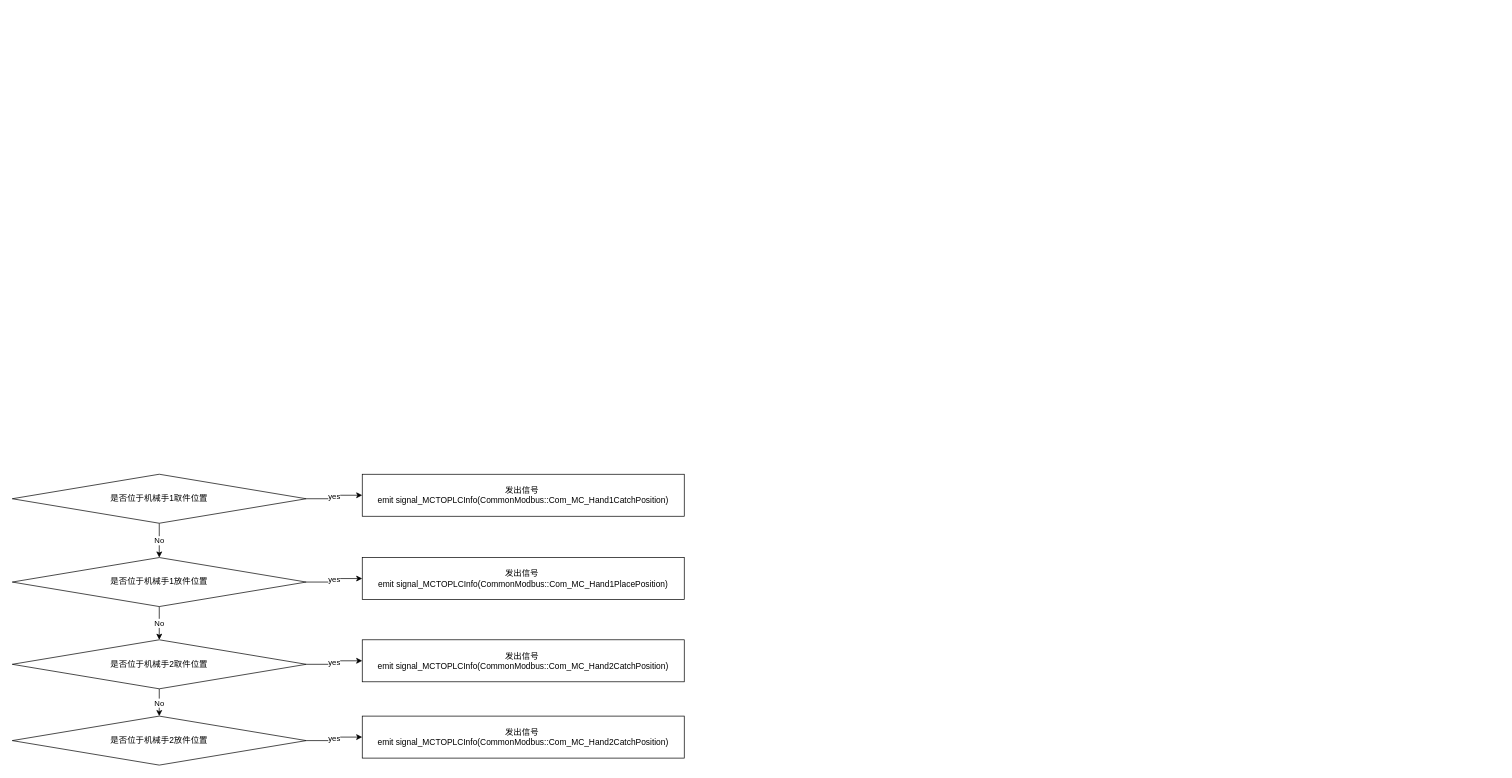
The draw.io diagram page "小流程信息模板运动" (4 of 4) of 未命名绘图.drawio in wjaswdd/draw.io, before the edit. Source tidied: cells renumbered, new cells numbered last; positions are measured from the earlier drawing's top-left corner, leaving out a move shared by most shapes. Both pictures are drawn from the tidied source at 70%, with x=0, y=0 at pixel (12, 474).
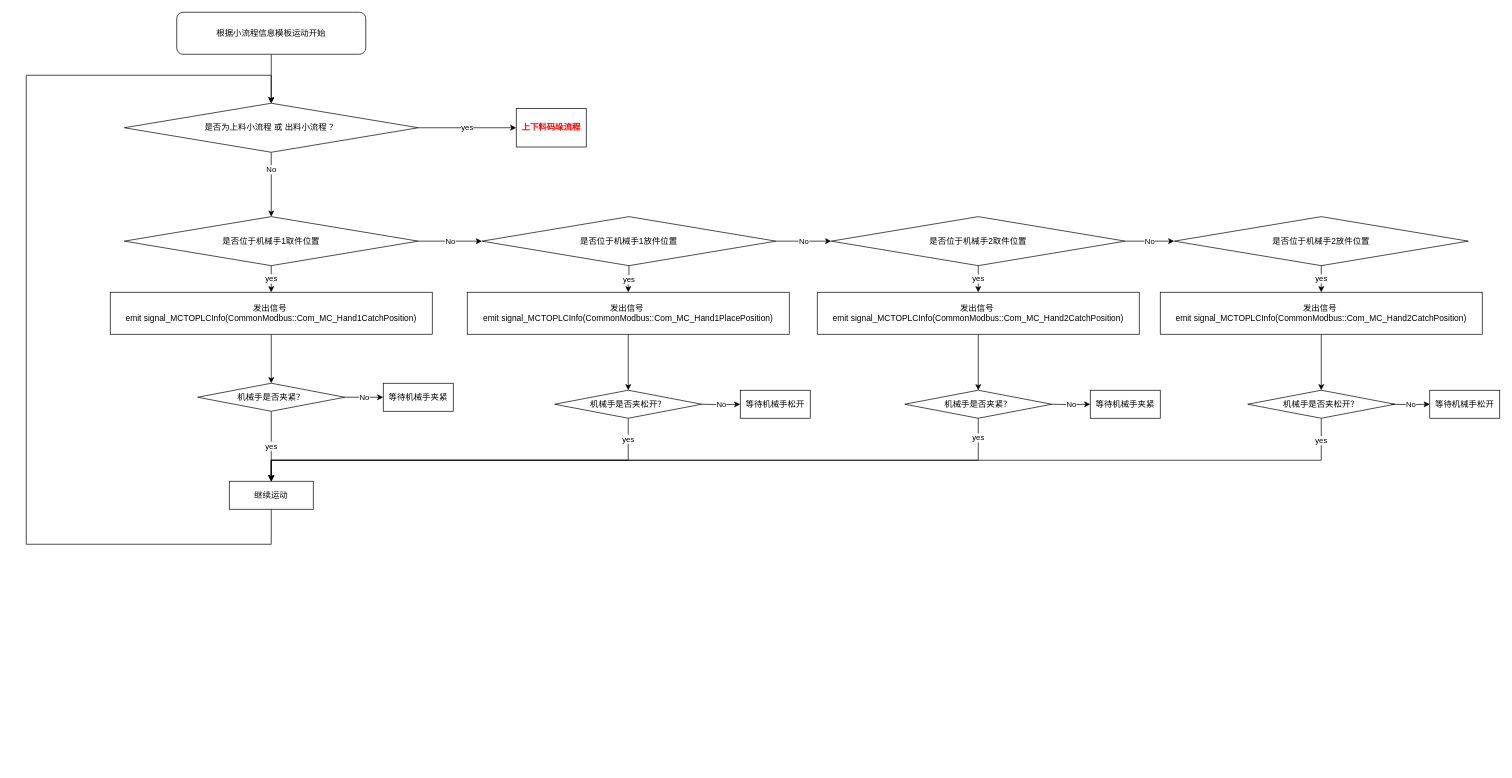
The same diagram, later.

The edit, as a diff of the source:
```diff
@@
-    <mxCell id="2" value="No" style="edgeStyle=none;rounded=0;jettySize=auto;html=1;entryX=0.5;entryY=0;entryDx=0;entryDy=0;" parent="1" edge="1" source="3" target="6">
+    <mxCell id="2" value="No" style="edgeStyle=orthogonalEdgeStyle;rounded=0;jettySize=auto;html=1;" parent="1" edge="1" source="3" target="6">
       <mxGeometry relative="1" as="geometry" />
     </mxCell>
     <mxCell id="3" value="是否位于机械手2取件位置" style="rhombus;whiteSpace=wrap;html=1;" parent="1" vertex="1">
-      <mxGeometry y="236.5" width="420" height="70" as="geometry" />
+      <mxGeometry x="1170" y="-368" width="420" height="70" as="geometry" />
     </mxCell>
-    <mxCell id="4" value="yes" style="edgeStyle=orthogonalEdgeStyle;rounded=0;jettySize=auto;html=1;exitX=1;exitY=0.5;exitDx=0;exitDy=0;" parent="1" edge="1" source="3" target="5">
+    <mxCell id="4" value="yes" style="edgeStyle=orthogonalEdgeStyle;rounded=0;jettySize=auto;html=1;exitX=0.5;exitY=1;exitDx=0;exitDy=0;" parent="1" edge="1" source="3" target="5">
       <mxGeometry relative="1" as="geometry" />
     </mxCell>
+    <mxCell id="17" style="edgeStyle=orthogonalEdgeStyle;rounded=0;jettySize=auto;html=1;" parent="1" edge="1" source="5" target="29">
+      <mxGeometry relative="1" as="geometry" />
+    </mxCell>
     <mxCell id="5" value="发出信号&amp;nbsp;&lt;br&gt;emit signal_MCTOPLCInfo(CommonModbus::Com_MC_Hand2CatchPosition)" style="whiteSpace=wrap;html=1;" parent="1" vertex="1">
-      <mxGeometry x="500" y="236.5" width="460" height="60" as="geometry" />
+      <mxGeometry x="1150" y="-260" width="460" height="60" as="geometry" />
     </mxCell>
     <mxCell id="6" value="是否位于机械手2放件位置" style="rhombus;whiteSpace=wrap;html=1;" parent="1" vertex="1">
-      <mxGeometry y="345.5" width="420" height="70" as="geometry" />
+      <mxGeometry x="1660" y="-368" width="420" height="70" as="geometry" />
     </mxCell>
-    <mxCell id="7" value="yes" style="edgeStyle=orthogonalEdgeStyle;rounded=0;jettySize=auto;html=1;exitX=1;exitY=0.5;exitDx=0;exitDy=0;" parent="1" edge="1" source="6" target="8">
+    <mxCell id="7" value="yes" style="edgeStyle=orthogonalEdgeStyle;rounded=0;jettySize=auto;html=1;exitX=0.5;exitY=1;exitDx=0;exitDy=0;" parent="1" edge="1" source="6" target="8">
       <mxGeometry relative="1" as="geometry" />
     </mxCell>
+    <mxCell id="18" style="edgeStyle=orthogonalEdgeStyle;rounded=0;jettySize=auto;html=1;" parent="1" edge="1" source="8" target="31">
+      <mxGeometry relative="1" as="geometry" />
+    </mxCell>
     <mxCell id="8" value="发出信号&amp;nbsp;&lt;br&gt;emit signal_MCTOPLCInfo(CommonModbus::Com_MC_Hand2CatchPosition)" style="whiteSpace=wrap;html=1;" parent="1" vertex="1">
-      <mxGeometry x="500" y="345.5" width="460" height="60" as="geometry" />
+      <mxGeometry x="1640" y="-260" width="460" height="60" as="geometry" />
     </mxCell>
-    <mxCell id="9" value="No" style="edgeStyle=none;rounded=0;jettySize=auto;html=1;" parent="1" edge="1" source="10" target="14">
+    <mxCell id="9" value="No" style="edgeStyle=orthogonalEdgeStyle;rounded=0;jettySize=auto;html=1;" parent="1" edge="1" source="10" target="14">
       <mxGeometry relative="1" as="geometry" />
     </mxCell>
     <mxCell id="10" value="是否位于机械手1取件位置" style="rhombus;whiteSpace=wrap;html=1;" parent="1" vertex="1">
-      <mxGeometry width="420" height="70" as="geometry" />
+      <mxGeometry x="160" y="-368" width="420" height="70" as="geometry" />
     </mxCell>
-    <mxCell id="11" value="yes" style="edgeStyle=orthogonalEdgeStyle;rounded=0;jettySize=auto;html=1;exitX=1;exitY=0.5;exitDx=0;exitDy=0;" parent="1" edge="1" source="10" target="12">
+    <mxCell id="11" value="yes" style="edgeStyle=orthogonalEdgeStyle;rounded=0;jettySize=auto;html=1;exitX=0.5;exitY=1;exitDx=0;exitDy=0;" parent="1" edge="1" source="10" target="12">
       <mxGeometry relative="1" as="geometry" />
     </mxCell>
+    <mxCell id="19" style="edgeStyle=orthogonalEdgeStyle;rounded=0;jettySize=auto;html=1;" parent="1" edge="1" source="12" target="25">
+      <mxGeometry relative="1" as="geometry" />
+    </mxCell>
     <mxCell id="12" value="发出信号&amp;nbsp;&lt;br&gt;emit signal_MCTOPLCInfo(CommonModbus::Com_MC_Hand1CatchPosition)" style="whiteSpace=wrap;html=1;" parent="1" vertex="1">
-      <mxGeometry x="500" width="460" height="60" as="geometry" />
+      <mxGeometry x="140" y="-260" width="460" height="60" as="geometry" />
     </mxCell>
-    <mxCell id="13" value="No" style="edgeStyle=none;rounded=0;jettySize=auto;html=1;" parent="1" edge="1" source="14" target="3">
+    <mxCell id="13" value="No" style="edgeStyle=orthogonalEdgeStyle;rounded=0;jettySize=auto;html=1;" parent="1" edge="1" source="14" target="3">
       <mxGeometry relative="1" as="geometry" />
     </mxCell>
     <mxCell id="14" value="是否位于机械手1放件位置" style="rhombus;whiteSpace=wrap;html=1;" parent="1" vertex="1">
-      <mxGeometry y="119" width="420" height="70" as="geometry" />
+      <mxGeometry x="671" y="-368" width="420" height="70" as="geometry" />
     </mxCell>
-    <mxCell id="15" value="yes" style="edgeStyle=orthogonalEdgeStyle;rounded=0;jettySize=auto;html=1;exitX=1;exitY=0.5;exitDx=0;exitDy=0;" parent="1" edge="1" source="14" target="16">
+    <mxCell id="15" value="yes" style="edgeStyle=orthogonalEdgeStyle;rounded=0;jettySize=auto;html=1;exitX=0.5;exitY=1;exitDx=0;exitDy=0;" parent="1" edge="1" source="14" target="16">
       <mxGeometry relative="1" as="geometry" />
     </mxCell>
+    <mxCell id="20" style="edgeStyle=orthogonalEdgeStyle;rounded=0;jettySize=auto;html=1;" parent="1" edge="1" source="16" target="27">
+      <mxGeometry relative="1" as="geometry" />
+    </mxCell>
     <mxCell id="16" value="发出信号&amp;nbsp;&lt;br&gt;emit signal_MCTOPLCInfo(CommonModbus::Com_MC_Hand1PlacePosition)" style="whiteSpace=wrap;html=1;" parent="1" vertex="1">
-      <mxGeometry x="500" y="119" width="460" height="60" as="geometry" />
+      <mxGeometry x="650" y="-260" width="460" height="60" as="geometry" />
     </mxCell>
+    <mxCell id="21" style="edgeStyle=orthogonalEdgeStyle;rounded=0;jettySize=auto;html=1;" parent="1" edge="1" source="22" target="43">
+      <mxGeometry relative="1" as="geometry" />
+    </mxCell>
+    <mxCell id="22" value="根据小流程信息模板运动开始" style="rounded=1;whiteSpace=wrap;html=1;" parent="1" vertex="1">
+      <mxGeometry x="235" y="-660" width="270" height="60" as="geometry" />
+    </mxCell>
+    <mxCell id="23" value="No" style="edgeStyle=orthogonalEdgeStyle;rounded=0;jettySize=auto;html=1;" parent="1" edge="1" source="25" target="32">
+      <mxGeometry relative="1" as="geometry" />
+    </mxCell>
+    <mxCell id="24" value="yes" style="edgeStyle=orthogonalEdgeStyle;rounded=0;jettySize=auto;html=1;" parent="1" edge="1" source="25" target="34">
+      <mxGeometry relative="1" as="geometry" />
+    </mxCell>
+    <mxCell id="25" value="机械手是否夹紧？" style="rhombus;whiteSpace=wrap;html=1;" parent="1" vertex="1">
+      <mxGeometry x="265" y="-130" width="210" height="40" as="geometry" />
+    </mxCell>
+    <mxCell id="26" value="yes" style="edgeStyle=orthogonalEdgeStyle;rounded=0;jettySize=auto;html=1;exitX=0.5;exitY=1;exitDx=0;exitDy=0;entryX=0.5;entryY=0;entryDx=0;entryDy=0;" parent="1" edge="1" source="27" target="34">
+      <mxGeometry x="-0.9" relative="1" as="geometry">
+        <Array as="points">
+          <mxPoint x="880" y="-20" />
+          <mxPoint x="370" y="-20" />
+        </Array>
+      </mxGeometry>
+    </mxCell>
+    <mxCell id="27" value="机械手是否夹松开？" style="rhombus;whiteSpace=wrap;html=1;" parent="1" vertex="1">
+      <mxGeometry x="775" y="-120" width="210" height="40" as="geometry" />
+    </mxCell>
+    <mxCell id="28" value="yes" style="edgeStyle=orthogonalEdgeStyle;rounded=0;jettySize=auto;html=1;exitX=0.5;exitY=1;exitDx=0;exitDy=0;entryX=0.5;entryY=0;entryDx=0;entryDy=0;" parent="1" edge="1" source="29" target="34">
+      <mxGeometry x="-0.95" relative="1" as="geometry">
+        <Array as="points">
+          <mxPoint x="1380" y="-20" />
+          <mxPoint x="370" y="-20" />
+        </Array>
+      </mxGeometry>
+    </mxCell>
+    <mxCell id="29" value="机械手是否夹紧？" style="rhombus;whiteSpace=wrap;html=1;" parent="1" vertex="1">
+      <mxGeometry x="1275" y="-120" width="210" height="40" as="geometry" />
+    </mxCell>
+    <mxCell id="30" value="yes" style="edgeStyle=orthogonalEdgeStyle;rounded=0;jettySize=auto;html=1;exitX=0.5;exitY=1;exitDx=0;exitDy=0;" parent="1" edge="1" source="31" target="34">
+      <mxGeometry x="-0.96" relative="1" as="geometry">
+        <Array as="points">
+          <mxPoint x="1870" y="-20" />
+          <mxPoint x="370" y="-20" />
+        </Array>
+      </mxGeometry>
+    </mxCell>
+    <mxCell id="31" value="机械手是否夹松开？" style="rhombus;whiteSpace=wrap;html=1;" parent="1" vertex="1">
+      <mxGeometry x="1765" y="-120" width="210" height="40" as="geometry" />
+    </mxCell>
+    <mxCell id="32" value="等待机械手夹紧" style="whiteSpace=wrap;html=1;" parent="1" vertex="1">
+      <mxGeometry x="530" y="-130" width="100" height="40" as="geometry" />
+    </mxCell>
+    <mxCell id="33" style="edgeStyle=orthogonalEdgeStyle;rounded=0;jettySize=auto;html=1;entryX=0.5;entryY=0;entryDx=0;entryDy=0;exitX=0.5;exitY=1;exitDx=0;exitDy=0;" parent="1" edge="1" source="34" target="43">
+      <mxGeometry relative="1" as="geometry">
+        <Array as="points">
+          <mxPoint x="370" y="100" />
+          <mxPoint x="20" y="100" />
+          <mxPoint x="20" y="-570" />
+          <mxPoint x="370" y="-570" />
+        </Array>
+      </mxGeometry>
+    </mxCell>
+    <mxCell id="34" value="继续运动" style="whiteSpace=wrap;html=1;" parent="1" vertex="1">
+      <mxGeometry x="310" y="10" width="120" height="40" as="geometry" />
+    </mxCell>
+    <mxCell id="35" value="No" style="edgeStyle=orthogonalEdgeStyle;rounded=0;jettySize=auto;html=1;" parent="1" edge="1" target="36">
+      <mxGeometry relative="1" as="geometry">
+        <mxPoint x="1485" y="-100" as="sourcePoint" />
+      </mxGeometry>
+    </mxCell>
+    <mxCell id="36" value="等待机械手夹紧" style="whiteSpace=wrap;html=1;" parent="1" vertex="1">
+      <mxGeometry x="1540" y="-120" width="100" height="40" as="geometry" />
+    </mxCell>
+    <mxCell id="37" value="No" style="edgeStyle=orthogonalEdgeStyle;rounded=0;jettySize=auto;html=1;" parent="1" edge="1" target="38">
+      <mxGeometry relative="1" as="geometry">
+        <mxPoint x="1970" y="-100" as="sourcePoint" />
+      </mxGeometry>
+    </mxCell>
+    <mxCell id="38" value="等待机械手松开" style="whiteSpace=wrap;html=1;" parent="1" vertex="1">
+      <mxGeometry x="2025" y="-120" width="100" height="40" as="geometry" />
+    </mxCell>
+    <mxCell id="39" value="No" style="edgeStyle=orthogonalEdgeStyle;rounded=0;jettySize=auto;html=1;" parent="1" edge="1" target="40">
+      <mxGeometry relative="1" as="geometry">
+        <mxPoint x="985" y="-100" as="sourcePoint" />
+      </mxGeometry>
+    </mxCell>
+    <mxCell id="40" value="等待机械手松开" style="whiteSpace=wrap;html=1;" parent="1" vertex="1">
+      <mxGeometry x="1040" y="-120" width="100" height="40" as="geometry" />
+    </mxCell>
+    <mxCell id="41" value="yes" style="edgeStyle=orthogonalEdgeStyle;rounded=0;jettySize=auto;html=1;entryX=0;entryY=0.5;entryDx=0;entryDy=0;" parent="1" edge="1" source="43" target="44">
+      <mxGeometry relative="1" as="geometry" />
+    </mxCell>
+    <mxCell id="42" value="No" style="edgeStyle=orthogonalEdgeStyle;rounded=0;jettySize=auto;html=1;" parent="1" edge="1" source="43" target="10">
+      <mxGeometry x="-0.46" relative="1" as="geometry" />
+    </mxCell>
+    <mxCell id="43" value="是否为上料小流程 或 出料小流程 ？" style="rhombus;whiteSpace=wrap;html=1;" parent="1" vertex="1">
+      <mxGeometry x="160" y="-530" width="420" height="70" as="geometry" />
+    </mxCell>
+    <mxCell id="44" value="上下料码垛流程" style="rounded=0;whiteSpace=wrap;html=1;strokeColor=#000000;fontColor=#FF0000;fontStyle=1;" parent="1" vertex="1">
+      <mxGeometry x="720" y="-522.5" width="100" height="55" as="geometry" />
+    </mxCell>
```
